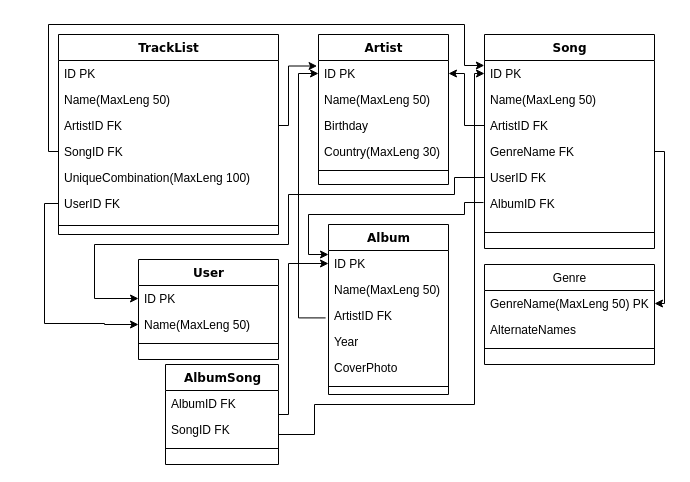
C0baltt/Course_project keeps this draw.io diagram as TrackListDiagram.drawio. Above is the earlier version. Source tidied: cells renumbered, new cells numbered last; positions are measured from the earlier drawing's top-left corner, leaving out a move shared by most shapes. Both pictures are drawn from the tidied source at 100%, with x=0, y=0 at pixel (44, 24).
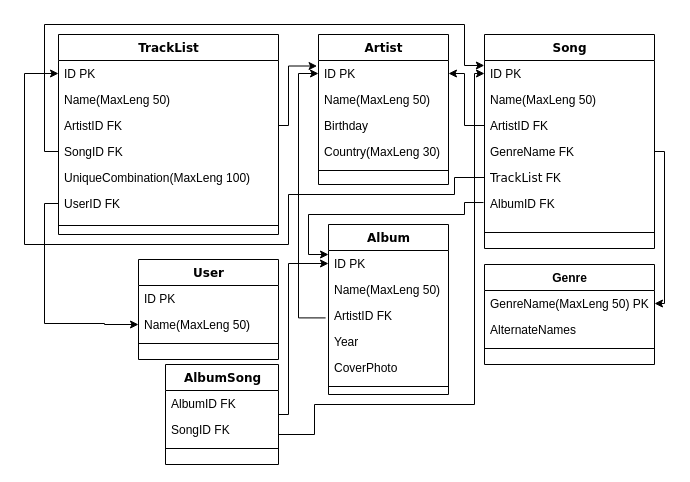
The same diagram, later.

The change refers to these unchanged cells:
```xml
<mxCell id="3" value="ID PK" style="text;html=1;strokeColor=none;fillColor=none;align=left;verticalAlign=top;spacingLeft=4;spacingRight=4;whiteSpace=wrap;overflow=hidden;points=[[0,0.5],[1,0.5]];portConstraint=eastwest;" parent="2" vertex="1">
  <mxGeometry y="26" width="140" height="26" as="geometry" />
</mxCell>
<mxCell id="7" value="ID PK" style="text;html=1;strokeColor=none;fillColor=none;align=left;verticalAlign=top;spacingLeft=4;spacingRight=4;whiteSpace=wrap;overflow=hidden;points=[[0,0.5],[1,0.5]];portConstraint=eastwest;" parent="6" vertex="1">
  <mxGeometry y="26" width="220" height="26" as="geometry" />
</mxCell>
<mxCell id="10" value="SongID FK" style="text;html=1;strokeColor=none;fillColor=none;align=left;verticalAlign=top;spacingLeft=4;spacingRight=4;whiteSpace=wrap;overflow=hidden;points=[[0,0.5],[1,0.5]];portConstraint=eastwest;" parent="6" vertex="1">
  <mxGeometry y="104" width="220" height="26" as="geometry" />
</mxCell>
<mxCell id="31" value="Song" style="swimlane;html=1;fontStyle=1;align=center;verticalAlign=top;horizontal=1;startSize=26;swimlaneFillColor=#ffffff;rounded=0;shadow=0;comic=0;labelBackgroundColor=none;strokeWidth=1;fillColor=none;fontFamily=Verdana;fontSize=12;" parent="1" vertex="1">
  <mxGeometry x="440" y="10" width="170" height="214" as="geometry" />
</mxCell>
<mxCell id="32" value="ID PK" style="text;html=1;strokeColor=none;fillColor=none;align=left;verticalAlign=top;spacingLeft=4;spacingRight=4;whiteSpace=wrap;overflow=hidden;points=[[0,0.5],[1,0.5]];portConstraint=eastwest;" parent="31" vertex="1">
  <mxGeometry y="26" width="170" height="26" as="geometry" />
</mxCell>
```

Diff of the diagram source:
```diff
@@
-    <mxCell id="36" value="UserID FK" style="text;html=1;strokeColor=none;fillColor=none;align=left;verticalAlign=top;spacingLeft=4;spacingRight=4;whiteSpace=wrap;overflow=hidden;points=[[0,0.5],[1,0.5]];portConstraint=eastwest;" parent="31" vertex="1">
+    <mxCell id="36" value="&lt;span style=&quot;font-family: &amp;#34;verdana&amp;#34; ; text-align: center&quot;&gt;TrackList&lt;/span&gt;&amp;nbsp;FK" style="text;html=1;strokeColor=none;fillColor=none;align=left;verticalAlign=top;spacingLeft=4;spacingRight=4;whiteSpace=wrap;overflow=hidden;points=[[0,0.5],[1,0.5]];portConstraint=eastwest;" parent="31" vertex="1">
       <mxGeometry y="130" width="170" height="26" as="geometry" />
     </mxCell>
@@
-    <mxCell id="39" value="&lt;span style=&quot;font-family: &amp;#34;helvetica&amp;#34; ; font-weight: 400 ; text-align: left&quot;&gt;Genre&lt;/span&gt;" style="swimlane;html=1;fontStyle=1;align=center;verticalAlign=top;horizontal=1;startSize=26;swimlaneFillColor=#ffffff;rounded=0;shadow=0;comic=0;labelBackgroundColor=none;strokeWidth=1;fillColor=none;fontFamily=Verdana;fontSize=12;" parent="1" vertex="1">
+    <mxCell id="39" value="&lt;span style=&quot;font-family: &amp;#34;helvetica&amp;#34; ; text-align: left&quot;&gt;Genre&lt;/span&gt;" style="swimlane;html=1;fontStyle=1;align=center;verticalAlign=top;horizontal=1;startSize=26;swimlaneFillColor=#ffffff;rounded=0;shadow=0;comic=0;labelBackgroundColor=none;strokeWidth=1;fillColor=none;fontFamily=Verdana;fontSize=12;" parent="1" vertex="1">
       <mxGeometry x="440" y="240" width="170" height="100" as="geometry" />
     </mxCell>
@@
     <mxCell id="44" style="edgeStyle=orthogonalEdgeStyle;rounded=0;jettySize=auto;html=1;exitX=0;exitY=0.5;exitDx=0;exitDy=0;entryX=-0.001;entryY=0.192;entryDx=0;entryDy=0;entryPerimeter=0;fillColor=#00BF00;" parent="1" edge="1" source="10" target="32">
       <mxGeometry relative="1" as="geometry">
         <Array as="points">
-          <mxPoint x="4" y="127" />
-          <mxPoint x="4" />
+          <mxPoint y="127" />
+          <mxPoint />
           <mxPoint x="420" />
           <mxPoint x="420" y="41" />
         </Array>
       </mxGeometry>
     </mxCell>
@@
-    <mxCell id="48" style="edgeStyle=orthogonalEdgeStyle;rounded=0;jettySize=auto;html=1;exitX=0;exitY=0.5;exitDx=0;exitDy=0;entryX=0;entryY=0.5;entryDx=0;entryDy=0;" parent="1" edge="1" source="36" target="3">
+    <mxCell id="48" style="edgeStyle=orthogonalEdgeStyle;rounded=0;jettySize=auto;html=1;exitX=0;exitY=0.5;exitDx=0;exitDy=0;entryX=0;entryY=0.5;entryDx=0;entryDy=0;" parent="1" edge="1" source="36" target="7">
       <mxGeometry relative="1" as="geometry">
         <Array as="points">
           <mxPoint x="410" y="153" />
           <mxPoint x="410" y="170" />
           <mxPoint x="244" y="170" />
           <mxPoint x="244" y="220" />
-          <mxPoint x="50" y="220" />
-          <mxPoint x="50" y="274" />
+          <mxPoint x="-20" y="220" />
+          <mxPoint x="-20" y="49" />
         </Array>
       </mxGeometry>
     </mxCell>
```
